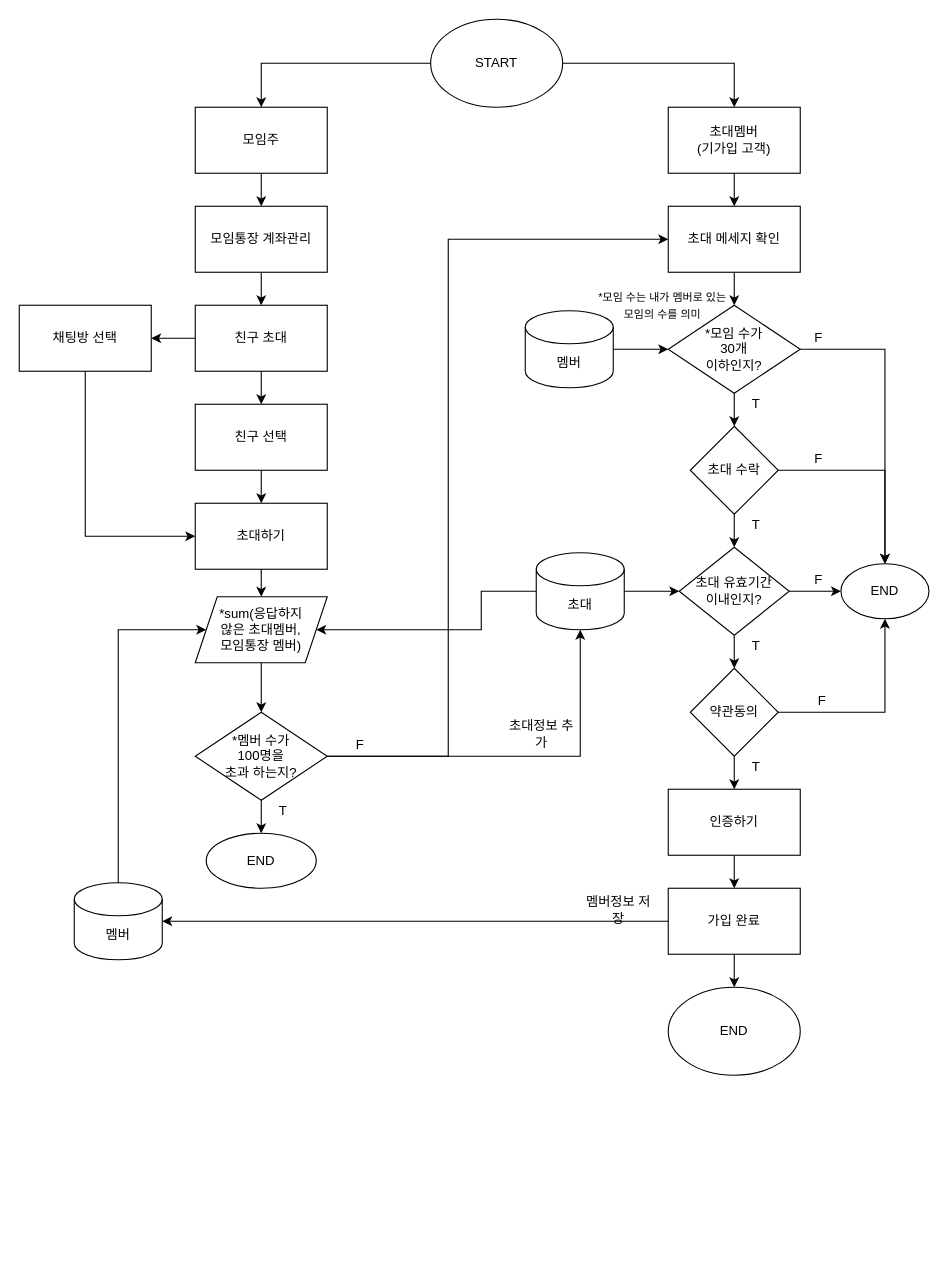
The draw.io diagram Untitled Diagram_2.drawio in h22j2n/BeakJoon, before the edit. Source tidied: cells renumbered, new cells numbered last; positions are measured from the earlier drawing's top-left corner, leaving out a move shared by most shapes. Both pictures are drawn from the tidied source at 110%, with x=0, y=0 at pixel (19, 19).
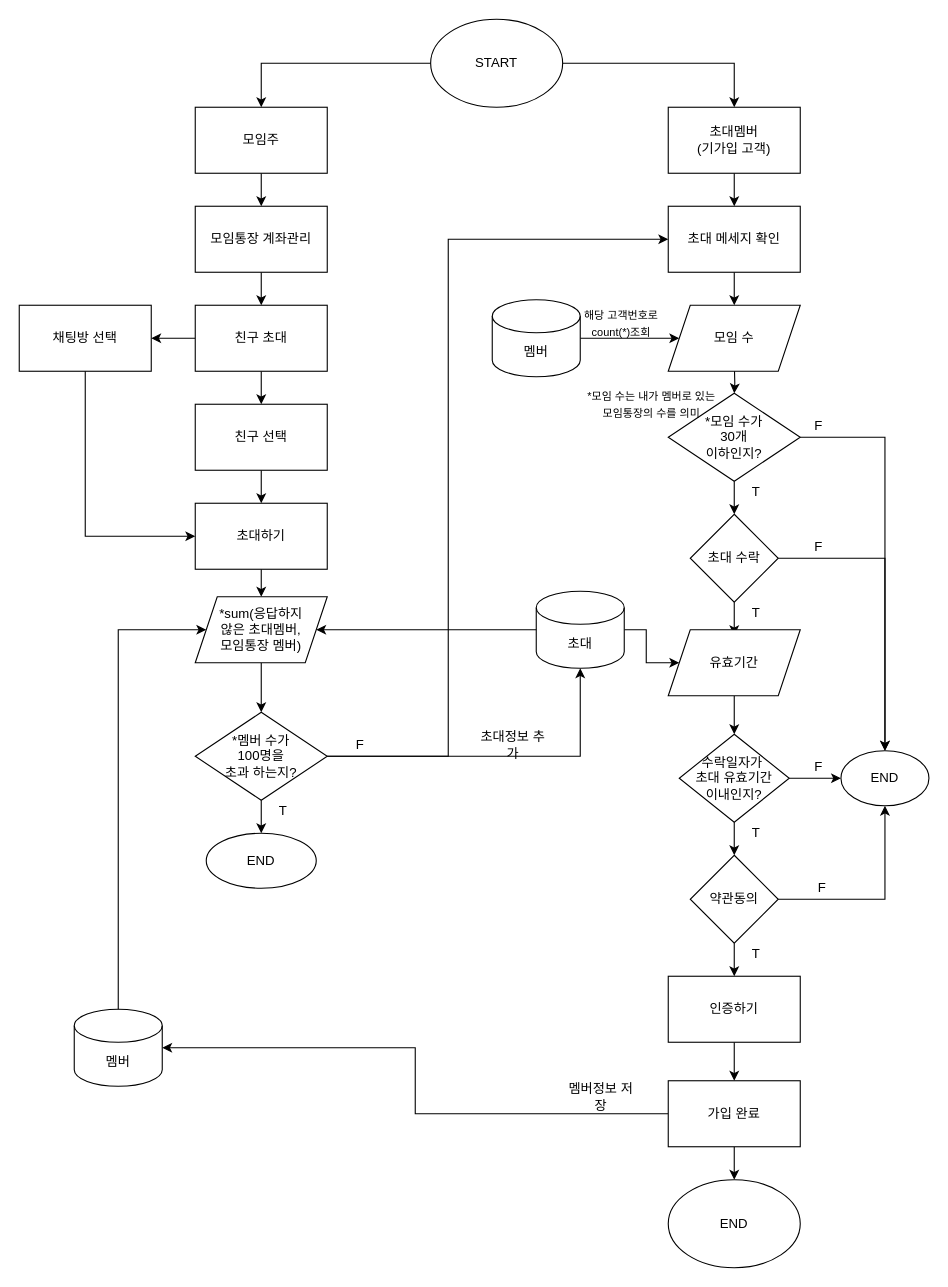
Above is the later version.

Unchanged cells that the change refers to:
```xml
<mxCell id="41" value="초대 메세지 확인" style="rounded=0;whiteSpace=wrap;html=1;" parent="1" vertex="1">
  <mxGeometry x="590" y="170" width="120" height="60" as="geometry" />
</mxCell>
<mxCell id="45" value="*멤버 수가&lt;br&gt;100명을&lt;br&gt;초과 하는지?" style="rhombus;whiteSpace=wrap;html=1;rounded=0;" parent="1" vertex="1">
  <mxGeometry x="160" y="630" width="120" height="80" as="geometry" />
</mxCell>
<mxCell id="65" value="*sum(응답하지 &lt;br&gt;않은 초대멤버,&lt;br&gt;모임통장 멤버)" style="shape=parallelogram;perimeter=parallelogramPerimeter;whiteSpace=wrap;html=1;fixedSize=1;rounded=0;" parent="1" vertex="1">
  <mxGeometry x="160" y="525" width="120" height="60" as="geometry" />
</mxCell>
```

What changed in the source:
```diff
@@
-    <mxCell id="21" style="edgeStyle=orthogonalEdgeStyle;rounded=0;jettySize=auto;html=1;" parent="1" edge="1" source="23" target="26">
-      <mxGeometry relative="1" as="geometry" />
+    <mxCell id="21" style="edgeStyle=orthogonalEdgeStyle;rounded=0;jettySize=auto;html=1;" parent="1" edge="1" source="23">
+      <mxGeometry relative="1" as="geometry">
+        <mxPoint x="650" y="560" as="targetPoint" />
+      </mxGeometry>
     </mxCell>
     <mxCell id="22" style="edgeStyle=orthogonalEdgeStyle;rounded=0;jettySize=auto;html=1;entryX=0.5;entryY=0;entryDx=0;entryDy=0;" parent="1" edge="1" source="23" target="27">
       <mxGeometry relative="1" as="geometry">
         <Array as="points">
-          <mxPoint x="787" y="410" />
+          <mxPoint x="787" y="490" />
         </Array>
       </mxGeometry>
     </mxCell>
     <mxCell id="23" value="초대 수락" style="rhombus;whiteSpace=wrap;html=1;" parent="1" vertex="1">
-      <mxGeometry x="610" y="370" width="80" height="80" as="geometry" />
+      <mxGeometry x="610" y="450" width="80" height="80" as="geometry" />
     </mxCell>
     <mxCell id="24" style="edgeStyle=orthogonalEdgeStyle;rounded=0;jettySize=auto;html=1;entryX=0;entryY=0.5;entryDx=0;entryDy=0;" parent="1" edge="1" source="26" target="27">
       <mxGeometry relative="1" as="geometry">
         <Array as="points">
-          <mxPoint x="740" y="520" />
-          <mxPoint x="740" y="520" />
+          <mxPoint x="740" y="690" />
+          <mxPoint x="740" y="690" />
         </Array>
       </mxGeometry>
     </mxCell>
     <mxCell id="25" style="edgeStyle=orthogonalEdgeStyle;rounded=0;jettySize=auto;html=1;" parent="1" edge="1" source="26">
       <mxGeometry relative="1" as="geometry">
-        <mxPoint x="650" y="590" as="targetPoint" />
+        <mxPoint x="650" y="760" as="targetPoint" />
       </mxGeometry>
     </mxCell>
-    <mxCell id="26" value="초대&amp;nbsp;유효기간&lt;br&gt;이내인지?" style="rhombus;whiteSpace=wrap;html=1;" parent="1" vertex="1">
-      <mxGeometry x="600" y="480" width="100" height="80" as="geometry" />
+    <mxCell id="26" value="수락일자가&amp;nbsp;&lt;br&gt;초대&amp;nbsp;유효기간&lt;br&gt;이내인지?" style="rhombus;whiteSpace=wrap;html=1;" parent="1" vertex="1">
+      <mxGeometry x="600" y="650" width="100" height="80" as="geometry" />
     </mxCell>
     <mxCell id="27" value="END" style="ellipse;whiteSpace=wrap;html=1;" parent="1" vertex="1">
-      <mxGeometry x="747" y="495" width="80" height="50" as="geometry" />
+      <mxGeometry x="747" y="665" width="80" height="50" as="geometry" />
     </mxCell>
     <mxCell id="28" value="F" style="text;html=1;strokeColor=none;fillColor=none;align=center;verticalAlign=middle;whiteSpace=wrap;rounded=0;" parent="1" vertex="1">
-      <mxGeometry x="707" y="390" width="40" height="20" as="geometry" />
+      <mxGeometry x="707" y="470" width="40" height="20" as="geometry" />
     </mxCell>
     <mxCell id="29" value="T" style="text;html=1;strokeColor=none;fillColor=none;align=center;verticalAlign=middle;whiteSpace=wrap;rounded=0;" parent="1" vertex="1">
-      <mxGeometry x="650" y="450" width="40" height="20" as="geometry" />
+      <mxGeometry x="650" y="530" width="40" height="20" as="geometry" />
     </mxCell>
     <mxCell id="30" value="F" style="text;html=1;strokeColor=none;fillColor=none;align=center;verticalAlign=middle;whiteSpace=wrap;rounded=0;" parent="1" vertex="1">
-      <mxGeometry x="707" y="500" width="40" height="20" as="geometry" />
+      <mxGeometry x="707" y="670" width="40" height="20" as="geometry" />
     </mxCell>
@@
     <mxCell id="32" value="약관동의" style="rhombus;whiteSpace=wrap;html=1;" parent="1" vertex="1">
-      <mxGeometry x="610" y="590" width="80" height="80" as="geometry" />
+      <mxGeometry x="610" y="760" width="80" height="80" as="geometry" />
     </mxCell>
     <mxCell id="33" style="endArrow=classic;html=1;exitX=1;exitY=0.5;exitDx=0;exitDy=0;entryX=0.5;entryY=1;entryDx=0;entryDy=0;rounded=0;" parent="1" edge="1" source="32" target="27">
       <mxGeometry relative="1" as="geometry">
         <Array as="points">
-          <mxPoint x="787" y="630" />
+          <mxPoint x="787" y="800" />
         </Array>
       </mxGeometry>
     </mxCell>
     <mxCell id="34" value="T" style="text;html=1;strokeColor=none;fillColor=none;align=center;verticalAlign=middle;whiteSpace=wrap;rounded=0;" parent="1" vertex="1">
-      <mxGeometry x="650" y="560" width="40" height="20" as="geometry" />
+      <mxGeometry x="650" y="730" width="40" height="20" as="geometry" />
     </mxCell>
@@
     <mxCell id="36" value="인증하기" style="whiteSpace=wrap;html=1;" parent="1" vertex="1">
-      <mxGeometry x="590" y="700" width="120" height="60" as="geometry" />
+      <mxGeometry x="590" y="870" width="120" height="60" as="geometry" />
     </mxCell>
@@
     <mxCell id="39" value="가입 완료" style="whiteSpace=wrap;html=1;" parent="1" vertex="1">
-      <mxGeometry x="590" y="790" width="120" height="60" as="geometry" />
+      <mxGeometry x="590" y="965" width="120" height="60" as="geometry" />
     </mxCell>
-    <mxCell id="40" style="edgeStyle=orthogonalEdgeStyle;rounded=0;jettySize=auto;html=1;" parent="1" edge="1" source="41" target="50">
-      <mxGeometry relative="1" as="geometry" />
+    <mxCell id="40" style="edgeStyle=orthogonalEdgeStyle;rounded=0;jettySize=auto;html=1;" parent="1" edge="1" target="50">
+      <mxGeometry relative="1" as="geometry">
+        <mxPoint x="650" y="310" as="sourcePoint" />
+      </mxGeometry>
     </mxCell>
+    <mxCell id="68" style="edgeStyle=orthogonalEdgeStyle;rounded=0;jettySize=auto;html=1;" parent="1" edge="1" source="41" target="70">
+      <mxGeometry relative="1" as="geometry" />
+    </mxCell>
@@
     <mxCell id="42" value="T" style="text;html=1;strokeColor=none;fillColor=none;align=center;verticalAlign=middle;whiteSpace=wrap;rounded=0;" parent="1" vertex="1">
-      <mxGeometry x="650" y="670" width="40" height="20" as="geometry" />
+      <mxGeometry x="650" y="840" width="40" height="20" as="geometry" />
     </mxCell>
     <mxCell id="43" value="F" style="text;html=1;strokeColor=none;fillColor=none;align=center;verticalAlign=middle;whiteSpace=wrap;rounded=0;" parent="1" vertex="1">
-      <mxGeometry x="710" y="610" width="40" height="20" as="geometry" />
+      <mxGeometry x="710" y="780" width="40" height="20" as="geometry" />
     </mxCell>
@@
     <mxCell id="50" value="*모임 수가&lt;br&gt;30개 &lt;br&gt;이하인지?" style="rhombus;whiteSpace=wrap;html=1;" parent="1" vertex="1">
-      <mxGeometry x="590" y="260" width="120" height="80" as="geometry" />
+      <mxGeometry x="590" y="340" width="120" height="80" as="geometry" />
     </mxCell>
     <mxCell id="51" style="endArrow=classic;html=1;exitX=1;exitY=0.5;exitDx=0;exitDy=0;entryX=0.5;entryY=0;entryDx=0;entryDy=0;rounded=0;" parent="1" edge="1" source="50" target="27">
       <mxGeometry relative="1" as="geometry">
         <Array as="points">
-          <mxPoint x="787" y="300" />
+          <mxPoint x="787" y="380" />
         </Array>
       </mxGeometry>
     </mxCell>
     <mxCell id="52" value="F" style="text;html=1;strokeColor=none;fillColor=none;align=center;verticalAlign=middle;whiteSpace=wrap;rounded=0;" parent="1" vertex="1">
-      <mxGeometry x="707" y="280" width="40" height="20" as="geometry" />
+      <mxGeometry x="707" y="360" width="40" height="20" as="geometry" />
     </mxCell>
     <mxCell id="53" value="T" style="text;html=1;strokeColor=none;fillColor=none;align=center;verticalAlign=middle;whiteSpace=wrap;rounded=0;" parent="1" vertex="1">
-      <mxGeometry x="650" y="340" width="40" height="20" as="geometry" />
+      <mxGeometry x="650" y="420" width="40" height="20" as="geometry" />
     </mxCell>
     <mxCell id="54" value="END" style="ellipse;whiteSpace=wrap;html=1;rounded=0;" parent="1" vertex="1">
-      <mxGeometry x="590" y="880" width="120" height="80" as="geometry" />
+      <mxGeometry x="590" y="1055" width="120" height="80" as="geometry" />
     </mxCell>
-    <mxCell id="55" style="edgeStyle=orthogonalEdgeStyle;rounded=0;jettySize=auto;html=1;" parent="1" edge="1" source="56" target="50">
+    <mxCell id="55" style="edgeStyle=orthogonalEdgeStyle;rounded=0;jettySize=auto;html=1;entryX=0;entryY=0.5;entryDx=0;entryDy=0;" parent="1" edge="1" source="56" target="70">
       <mxGeometry relative="1" as="geometry" />
     </mxCell>
     <mxCell id="56" value="멤버" style="shape=cylinder3;whiteSpace=wrap;html=1;boundedLbl=1;backgroundOutline=1;size=15;" parent="1" vertex="1">
-      <mxGeometry x="460" y="265" width="80" height="70" as="geometry" />
+      <mxGeometry x="430" y="255" width="80" height="70" as="geometry" />
     </mxCell>
-    <mxCell id="57" style="edgeStyle=orthogonalEdgeStyle;rounded=0;jettySize=auto;html=1;" parent="1" edge="1" source="58" target="26">
-      <mxGeometry relative="1" as="geometry" />
-    </mxCell>
+    <mxCell id="69" style="edgeStyle=orthogonalEdgeStyle;rounded=0;jettySize=auto;html=1;" parent="1" edge="1" source="58" target="73">
+      <mxGeometry relative="1" as="geometry" />
+    </mxCell>
     <mxCell id="58" value="초대" style="shape=cylinder3;whiteSpace=wrap;html=1;boundedLbl=1;backgroundOutline=1;size=15;" parent="1" vertex="1">
-      <mxGeometry x="470" y="485" width="80" height="70" as="geometry" />
+      <mxGeometry x="470" y="520" width="80" height="70" as="geometry" />
     </mxCell>
     <mxCell id="59" style="endArrow=classic;html=1;entryX=0.5;entryY=1;entryDx=0;entryDy=0;entryPerimeter=0;exitX=1;exitY=0.5;exitDx=0;exitDy=0;rounded=0;" parent="1" edge="1" source="45" target="58">
       <mxGeometry relative="1" as="geometry">
         <Array as="points">
           <mxPoint x="340" y="670" />
           <mxPoint x="510" y="670" />
-          <mxPoint x="510" y="630" />
         </Array>
       </mxGeometry>
     </mxCell>
     <mxCell id="60" value="멤버" style="shape=cylinder3;whiteSpace=wrap;html=1;boundedLbl=1;backgroundOutline=1;size=15;" parent="1" vertex="1">
-      <mxGeometry x="50" y="785" width="80" height="70" as="geometry" />
+      <mxGeometry x="50" y="900" width="80" height="70" as="geometry" />
     </mxCell>
@@
     <mxCell id="62" value="멤버정보 저장" style="text;html=1;strokeColor=none;fillColor=none;align=center;verticalAlign=middle;whiteSpace=wrap;rounded=0;" parent="1" vertex="1">
-      <mxGeometry x="510" y="800" width="70" height="20" as="geometry" />
+      <mxGeometry x="494" y="970" width="70" height="20" as="geometry" />
     </mxCell>
     <mxCell id="63" value="초대정보 추가" style="text;html=1;strokeColor=none;fillColor=none;align=center;verticalAlign=middle;whiteSpace=wrap;rounded=0;" parent="1" vertex="1">
-      <mxGeometry x="440" y="640" width="70" height="20" as="geometry" />
+      <mxGeometry x="414" y="650" width="70" height="20" as="geometry" />
     </mxCell>
@@
     <mxCell id="66" style="endArrow=classic;html=1;exitX=0;exitY=0.5;exitDx=0;exitDy=0;exitPerimeter=0;entryX=1;entryY=0.5;entryDx=0;entryDy=0;rounded=0;" parent="1" edge="1" source="58" target="65">
       <mxGeometry relative="1" as="geometry">
         <Array as="points">
-          <mxPoint x="420" y="520" />
           <mxPoint x="420" y="555" />
         </Array>
       </mxGeometry>
     </mxCell>
-    <mxCell id="67" value="&lt;font style=&quot;font-size: 10px&quot;&gt;*모임 수는 내가 멤버로 있는 &lt;br&gt;모임의 수를 의미&lt;/font&gt;" style="text;html=1;strokeColor=none;fillColor=none;align=center;verticalAlign=middle;whiteSpace=wrap;rounded=0;" parent="1" vertex="1">
-      <mxGeometry x="520" y="250" width="130" height="20" as="geometry" />
+    <mxCell id="67" value="&lt;font style=&quot;font-size: 10px&quot;&gt;*모임 수는 내가 멤버로 있는 &lt;br&gt;모임통장의 수를 의미&lt;/font&gt;" style="text;html=1;strokeColor=none;fillColor=none;align=center;verticalAlign=middle;whiteSpace=wrap;rounded=0;" parent="1" vertex="1">
+      <mxGeometry x="510" y="340" width="130" height="20" as="geometry" />
     </mxCell>
+    <mxCell id="70" value="모임 수" style="shape=parallelogram;perimeter=parallelogramPerimeter;whiteSpace=wrap;html=1;fixedSize=1;" parent="1" vertex="1">
+      <mxGeometry x="590" y="260" width="120" height="60" as="geometry" />
+    </mxCell>
+    <mxCell id="71" value="&lt;font style=&quot;font-size: 10px&quot;&gt;해당 고객번호로 count(*)조회&lt;/font&gt;" style="text;html=1;strokeColor=none;fillColor=none;align=center;verticalAlign=middle;whiteSpace=wrap;rounded=0;" parent="1" vertex="1">
+      <mxGeometry x="510" y="266" width="75" height="20" as="geometry" />
+    </mxCell>
+    <mxCell id="72" style="edgeStyle=orthogonalEdgeStyle;rounded=0;jettySize=auto;html=1;" parent="1" edge="1" source="73">
+      <mxGeometry relative="1" as="geometry">
+        <mxPoint x="650" y="650" as="targetPoint" />
+      </mxGeometry>
+    </mxCell>
+    <mxCell id="73" value="유효기간" style="shape=parallelogram;perimeter=parallelogramPerimeter;whiteSpace=wrap;html=1;fixedSize=1;" parent="1" vertex="1">
+      <mxGeometry x="590" y="555" width="120" height="60" as="geometry" />
+    </mxCell>
```
